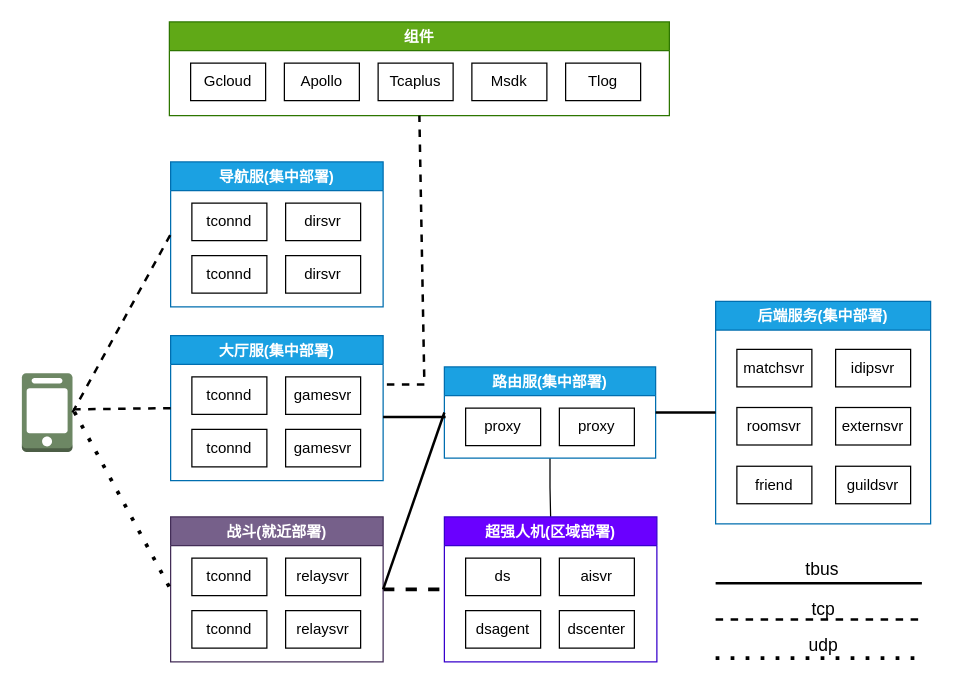
Above: page "整体架构图" (1 of 10) of NISHIKI架构.drawio in Memoryss/NISHIKI (draw.io), before the change. Source tidied: cells renumbered, new cells numbered last; positions are measured from the earlier drawing's top-left corner, leaving out a move shared by most shapes. Both pictures are drawn from the tidied source at 125%, with x=0, y=0 at pixel (21, 21).
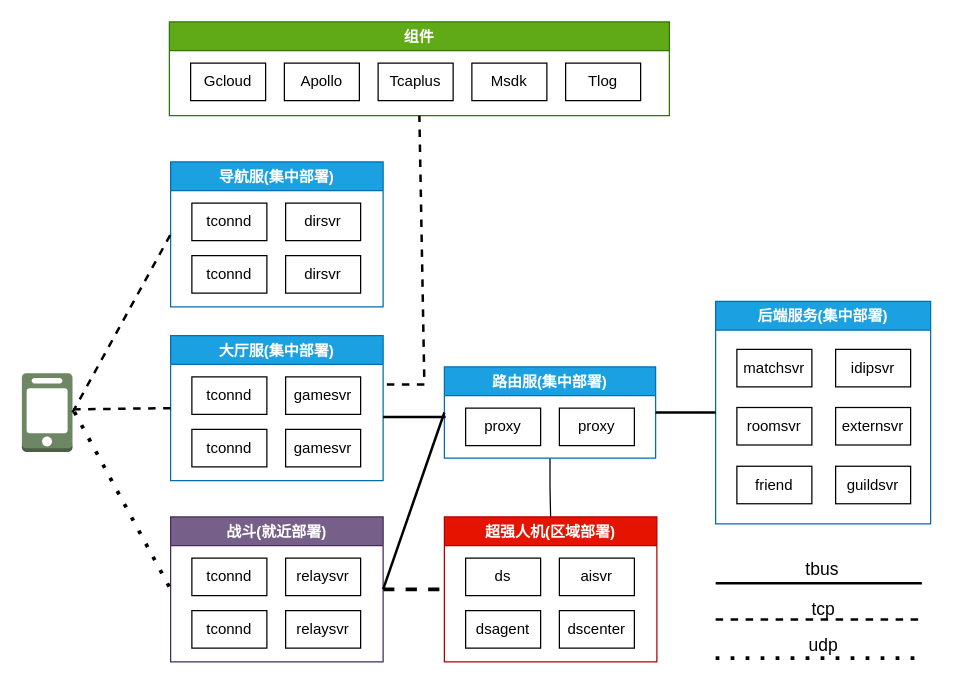
Above is the later version.

The edit, as a diff of the source:
```diff
@@
-    <mxCell id="49" value="超强人机(区域部署)" style="swimlane;fillColor=#6a00ff;fontColor=#ffffff;strokeColor=#3700CC;" parent="1" vertex="1">
+    <mxCell id="49" value="超强人机(区域部署)" style="swimlane;fillColor=#e51400;fontColor=#ffffff;strokeColor=#B20000;" parent="1" vertex="1">
       <mxGeometry x="338" y="396" width="170" height="116" as="geometry" />
     </mxCell>
```
